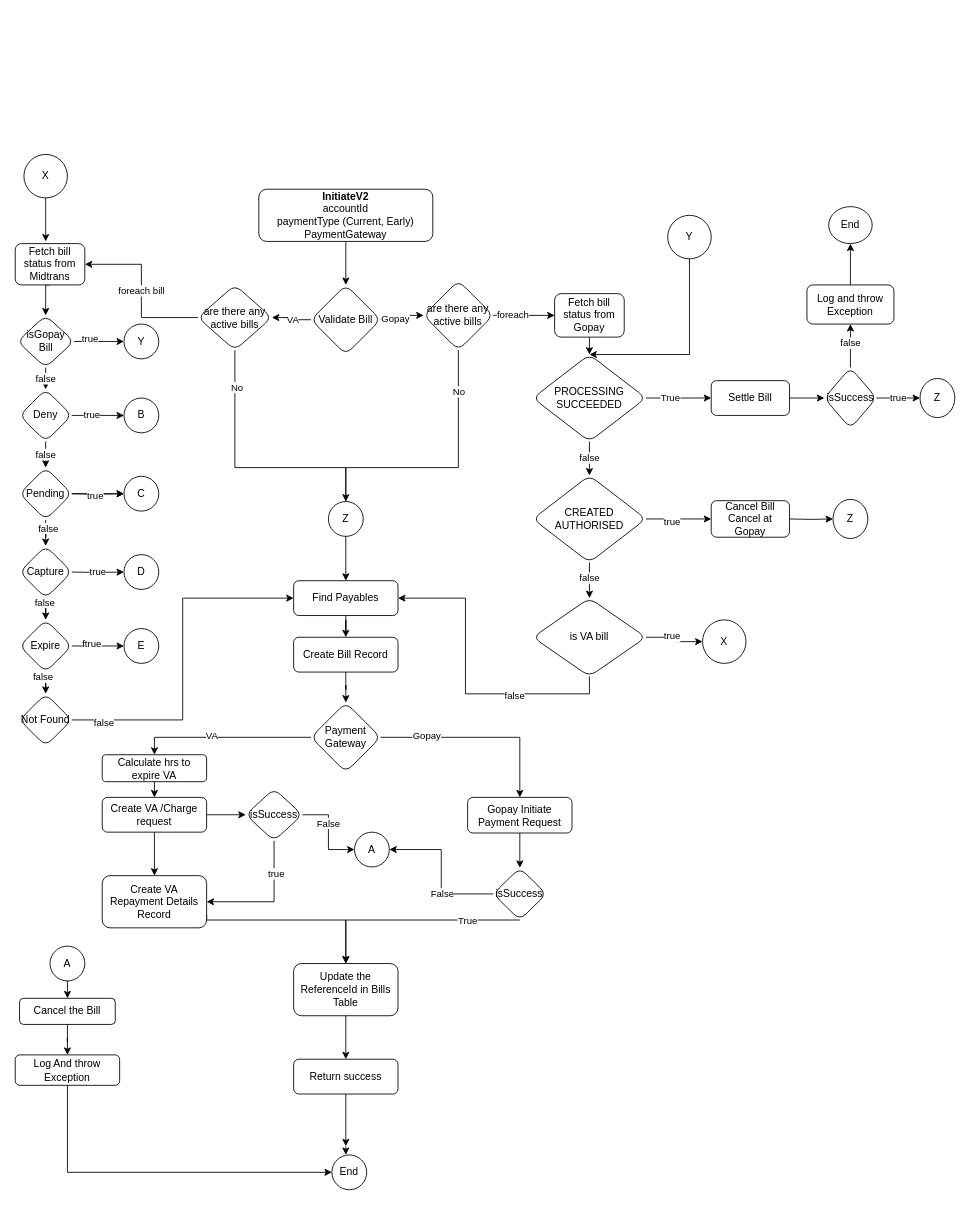
The draw.io diagram Untitled Diagram.drawio in mmritesh/demo, before the edit. Source tidied: cells renumbered, new cells numbered last; positions are measured from the earlier drawing's top-left corner, leaving out a move shared by most shapes. Both pictures are drawn from the tidied source at 87%, with x=0, y=0 at pixel (15, 154).
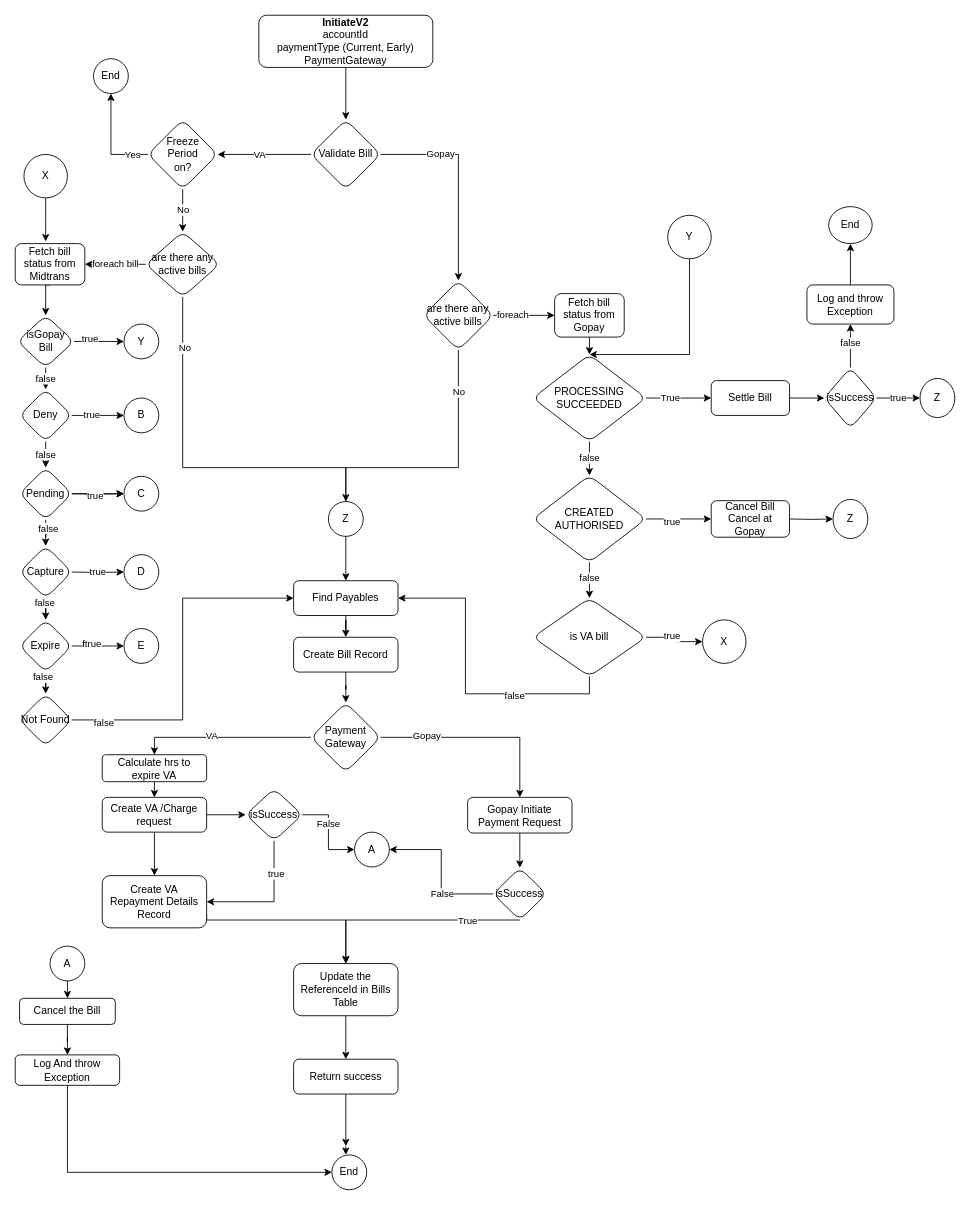
Above is the later version.

Unchanged cells that the change refers to:
```xml
<mxCell id="91" value="Z" style="ellipse;whiteSpace=wrap;html=1;" parent="1" vertex="1">
  <mxGeometry x="360" y="399" width="40" height="40" as="geometry" />
</mxCell>
```

Change to the diagram source:
```diff
@@
     <mxCell id="3" value="&lt;b&gt;InitiateV2&lt;/b&gt;&lt;br&gt;accountId&lt;br&gt;paymentType (Current, Early)&lt;br&gt;PaymentGateway" style="rounded=1;whiteSpace=wrap;html=1;fontSize=12;glass=0;strokeWidth=1;shadow=0;" parent="1" vertex="1">
-      <mxGeometry x="280" y="40" width="200" height="60" as="geometry" />
+      <mxGeometry x="280" y="-160" width="200" height="60" as="geometry" />
     </mxCell>
@@
-    <mxCell id="31" style="edgeStyle=orthogonalEdgeStyle;rounded=0;jettySize=auto;html=1;" parent="1" edge="1" source="33" target="35">
-      <mxGeometry relative="1" as="geometry" />
-    </mxCell>
+    <mxCell id="127" style="edgeStyle=orthogonalEdgeStyle;rounded=0;jettySize=auto;html=1;" parent="1" edge="1" source="33" target="131">
+      <mxGeometry relative="1" as="geometry" />
+    </mxCell>
-    <mxCell id="32" value="VA" style="edgeLabel;html=1;align=center;verticalAlign=middle;" parent="31" vertex="1">
-      <mxGeometry x="-0.08" y="-1" relative="1" as="geometry" />
+    <mxCell id="32" value="VA" style="edgeLabel;html=1;align=center;verticalAlign=middle;" parent="127" vertex="1">
+      <mxGeometry x="0.12" relative="1" as="geometry" />
     </mxCell>
     <mxCell id="33" value="Validate Bill" style="rhombus;whiteSpace=wrap;html=1;rounded=1;shadow=0;strokeWidth=1;glass=0;" parent="1" vertex="1">
-      <mxGeometry x="340" y="150" width="80" height="80" as="geometry" />
+      <mxGeometry x="340" y="-40" width="80" height="80" as="geometry" />
     </mxCell>
@@
     <mxCell id="35" value="are there any active bills" style="rhombus;whiteSpace=wrap;html=1;rounded=1;shadow=0;strokeWidth=1;glass=0;" parent="1" vertex="1">
-      <mxGeometry x="210" y="150" width="85" height="75" as="geometry" />
+      <mxGeometry x="150" y="88.8" width="85" height="75" as="geometry" />
     </mxCell>
@@
     <mxCell id="92" style="edgeStyle=orthogonalEdgeStyle;rounded=0;jettySize=auto;html=1;exitX=0.5;exitY=1;exitDx=0;exitDy=0;" parent="1" edge="1" source="35" target="91">
       <mxGeometry relative="1" as="geometry">
         <Array as="points">
-          <mxPoint x="253" y="360" />
+          <mxPoint x="193" y="360" />
           <mxPoint x="380" y="360" />
         </Array>
       </mxGeometry>
     </mxCell>
@@
+    <mxCell id="128" value="No" style="edgeStyle=orthogonalEdgeStyle;rounded=0;jettySize=auto;html=1;exitX=0.5;exitY=1;exitDx=0;exitDy=0;" parent="1" edge="1" source="131" target="35">
+      <mxGeometry relative="1" as="geometry" />
+    </mxCell>
+    <mxCell id="129" style="edgeStyle=orthogonalEdgeStyle;rounded=0;jettySize=auto;html=1;exitX=0;exitY=0.5;exitDx=0;exitDy=0;" parent="1" edge="1" source="131" target="132">
+      <mxGeometry relative="1" as="geometry" />
+    </mxCell>
+    <mxCell id="130" value="Yes" style="edgeLabel;html=1;align=center;verticalAlign=middle;" parent="129" vertex="1">
+      <mxGeometry x="-0.67" relative="1" as="geometry">
+        <mxPoint x="1" as="offset" />
+      </mxGeometry>
+    </mxCell>
+    <mxCell id="131" value="Freeze &lt;br&gt;Period&lt;br&gt;on?" style="rhombus;whiteSpace=wrap;html=1;rounded=1;shadow=0;strokeWidth=1;glass=0;" parent="1" vertex="1">
+      <mxGeometry x="152.5" y="-40" width="80" height="80" as="geometry" />
+    </mxCell>
+    <mxCell id="132" value="End" style="ellipse;whiteSpace=wrap;html=1;" parent="1" vertex="1">
+      <mxGeometry x="90" y="-110" width="40" height="40" as="geometry" />
+    </mxCell>
```
